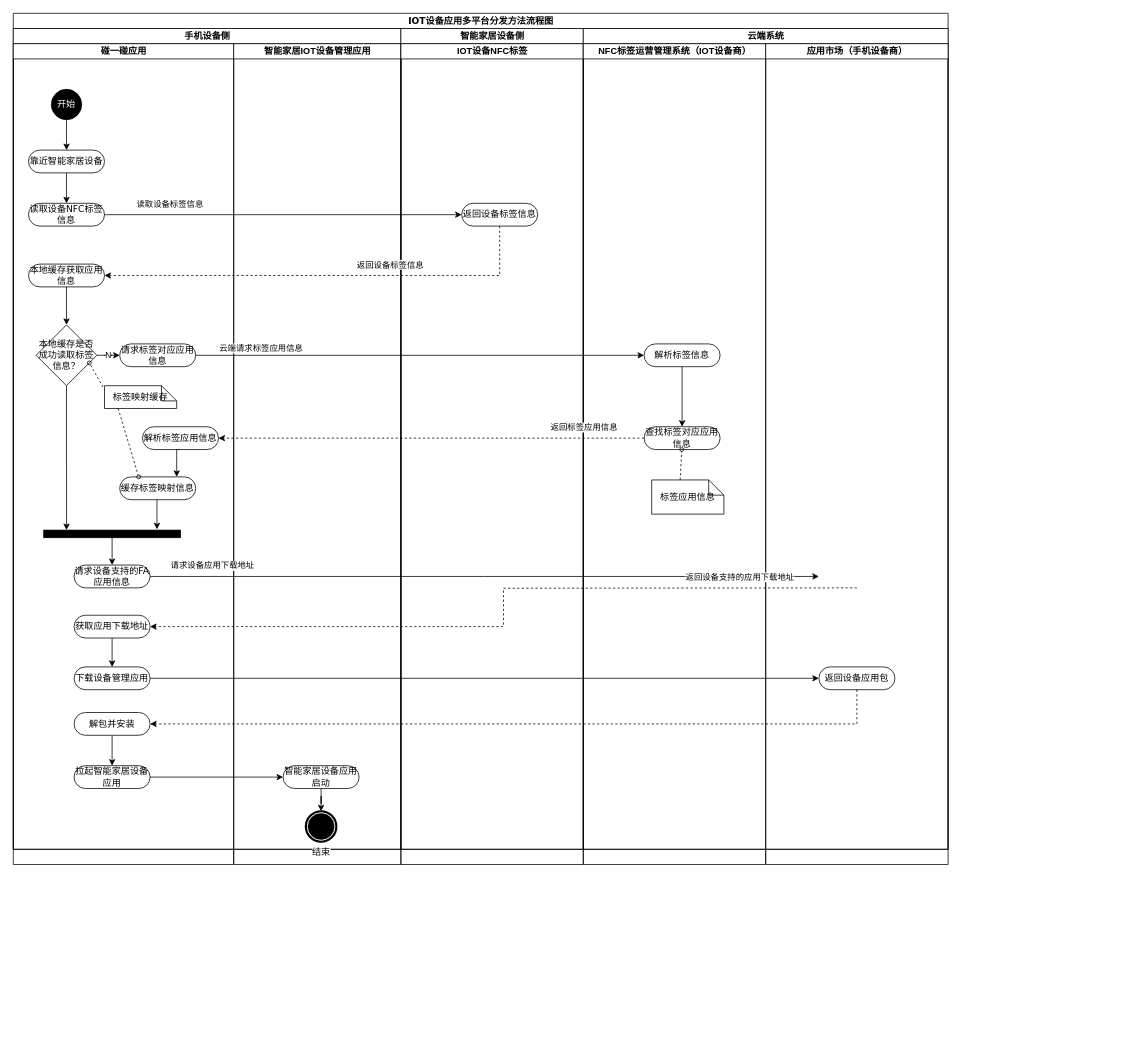
The draw.io diagram draw/一种IOT设备应用多平台的分发方法.drawio in befairyliu/draw.io, before the edit. Source tidied: cells renumbered, new cells numbered last; positions are measured from the earlier drawing's top-left corner, leaving out a move shared by most shapes. Both pictures are drawn from the tidied source at 76%, with x=0, y=0 at pixel (13, 13).
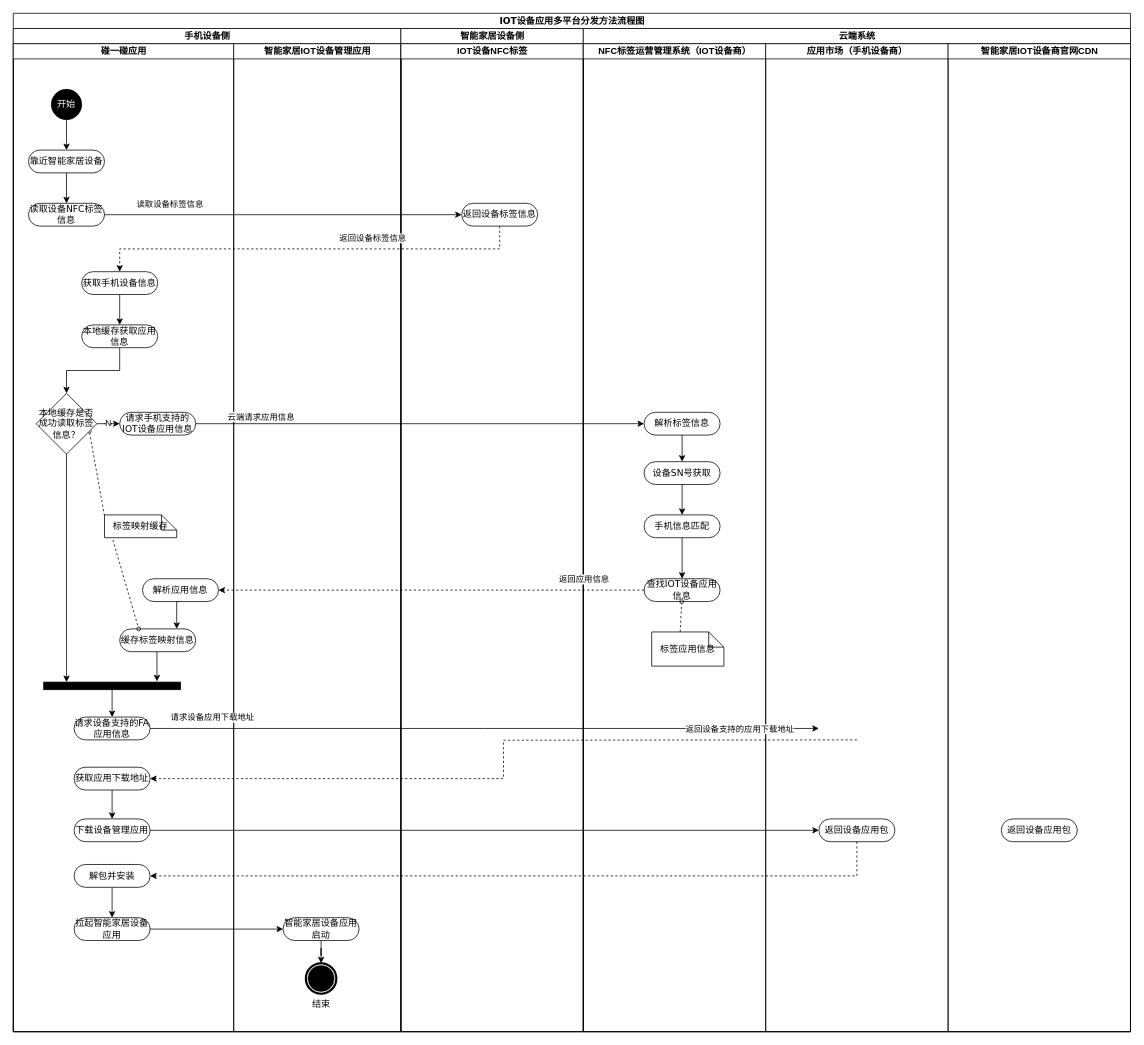
The same diagram, later.

Commit message (it also covers changes not shown here):
Update 一种IOT设备应用多平台的分发方法.drawio

Unchanged cells that the change refers to:
```xml
<mxCell id="39" value="返回设备标签信息" style="rounded=1;whiteSpace=wrap;html=1;shadow=0;comic=0;labelBackgroundColor=none;strokeWidth=1;fontFamily=Verdana;fontSize=12;align=center;arcSize=50;" parent="38" vertex="1">
  <mxGeometry x="80" y="210" width="100" height="30" as="geometry" />
</mxCell>
<mxCell id="44" style="edgeStyle=orthogonalEdgeStyle;rounded=0;jettySize=auto;html=1;exitX=1;exitY=0.5;exitDx=0;exitDy=0;entryX=0;entryY=0.5;entryDx=0;entryDy=0;" parent="2" edge="1" source="28" target="50">
  <mxGeometry relative="1" as="geometry" />
</mxCell>
<mxCell id="55" style="edgeStyle=orthogonalEdgeStyle;rounded=0;jettySize=auto;html=1;exitX=0;exitY=0.5;exitDx=0;exitDy=0;entryX=1;entryY=0.5;entryDx=0;entryDy=0;dashed=1;" parent="2" edge="1" source="48" target="31">
  <mxGeometry relative="1" as="geometry" />
</mxCell>
```

Diff of the diagram source:
```diff
@@
     <mxCell id="2" value="IOT设备应用多平台分发方法流程图" style="swimlane;html=1;startSize=20;rounded=0;shadow=0;comic=0;labelBackgroundColor=none;strokeWidth=1;fontFamily=Verdana;fontSize=12;align=center;" parent="1" vertex="1">
-      <mxGeometry width="1230" height="1100" as="geometry" />
+      <mxGeometry width="1470" height="1340" as="geometry" />
     </mxCell>
     <mxCell id="3" value="手机设备侧" style="swimlane;html=1;startSize=20;" parent="2" vertex="1">
-      <mxGeometry y="20" width="510" height="1080" as="geometry" />
+      <mxGeometry y="20" width="510" height="1320" as="geometry" />
     </mxCell>
     <mxCell id="4" value="碰一碰应用" style="swimlane;html=1;startSize=20;" parent="3" vertex="1">
-      <mxGeometry y="20" width="290" height="1080" as="geometry" />
+      <mxGeometry y="20" width="290" height="1300" as="geometry" />
     </mxCell>
@@
-    <mxCell id="6" value="N" style="edgeStyle=orthogonalEdgeStyle;rounded=0;jettySize=auto;html=1;exitX=1;exitY=0.5;exitDx=0;exitDy=0;" parent="4" edge="1" source="8" target="28">
-      <mxGeometry relative="1" as="geometry" />
-    </mxCell>
-    <mxCell id="7" style="edgeStyle=orthogonalEdgeStyle;rounded=0;jettySize=auto;html=1;entryX=0.167;entryY=0;entryDx=0;entryDy=0;entryPerimeter=0;" parent="4" edge="1" source="8" target="25">
-      <mxGeometry relative="1" as="geometry" />
-    </mxCell>
-    <mxCell id="8" value="本地缓存是否成功读取标签信息？" style="rhombus;whiteSpace=wrap;html=1;" parent="4" vertex="1">
-      <mxGeometry x="30" y="370" width="80" height="80" as="geometry" />
-    </mxCell>
@@
-    <mxCell id="13" style="edgeStyle=orthogonalEdgeStyle;rounded=0;jettySize=auto;html=1;exitX=0.5;exitY=1;exitDx=0;exitDy=0;entryX=0.5;entryY=0;entryDx=0;entryDy=0;" parent="4" edge="1" source="14" target="8">
-      <mxGeometry relative="1" as="geometry" />
-    </mxCell>
-    <mxCell id="14" value="本地缓存获取应用信息" style="rounded=1;whiteSpace=wrap;html=1;shadow=0;comic=0;labelBackgroundColor=none;strokeWidth=1;fontFamily=Verdana;fontSize=12;align=center;arcSize=50;" parent="4" vertex="1">
-      <mxGeometry x="20" y="290" width="100" height="30" as="geometry" />
-    </mxCell>
+    <mxCell id="7" style="edgeStyle=orthogonalEdgeStyle;rounded=0;jettySize=auto;html=1;entryX=0.167;entryY=0;entryDx=0;entryDy=0;entryPerimeter=0;" parent="4" edge="1" source="8" target="25">
+      <mxGeometry relative="1" as="geometry" />
+    </mxCell>
@@
     <mxCell id="16" value="请求设备支持的FA应用信息" style="rounded=1;whiteSpace=wrap;html=1;shadow=0;comic=0;labelBackgroundColor=none;strokeWidth=1;fontFamily=Verdana;fontSize=12;align=center;arcSize=50;" parent="4" vertex="1">
-      <mxGeometry x="80" y="686" width="100" height="30" as="geometry" />
+      <mxGeometry x="80" y="886" width="100" height="30" as="geometry" />
     </mxCell>
@@
     <mxCell id="18" value="获取应用下载地址" style="rounded=1;whiteSpace=wrap;html=1;shadow=0;comic=0;labelBackgroundColor=none;strokeWidth=1;fontFamily=Verdana;fontSize=12;align=center;arcSize=50;" parent="4" vertex="1">
-      <mxGeometry x="80" y="752" width="100" height="30" as="geometry" />
+      <mxGeometry x="80" y="952" width="100" height="30" as="geometry" />
     </mxCell>
     <mxCell id="19" value="下载设备管理应用" style="rounded=1;whiteSpace=wrap;html=1;shadow=0;comic=0;labelBackgroundColor=none;strokeWidth=1;fontFamily=Verdana;fontSize=12;align=center;arcSize=50;" parent="4" vertex="1">
-      <mxGeometry x="80" y="820" width="100" height="30" as="geometry" />
+      <mxGeometry x="80" y="1020" width="100" height="30" as="geometry" />
     </mxCell>
@@
     <mxCell id="21" value="解包并安装" style="rounded=1;whiteSpace=wrap;html=1;shadow=0;comic=0;labelBackgroundColor=none;strokeWidth=1;fontFamily=Verdana;fontSize=12;align=center;arcSize=50;" parent="4" vertex="1">
-      <mxGeometry x="80" y="880" width="100" height="30" as="geometry" />
+      <mxGeometry x="80" y="1080" width="100" height="30" as="geometry" />
     </mxCell>
     <mxCell id="22" value="&lt;span style=&quot;font-family: &amp;#34;helvetica&amp;#34;&quot;&gt;拉起智能家居设备应用&lt;/span&gt;" style="rounded=1;whiteSpace=wrap;html=1;shadow=0;comic=0;labelBackgroundColor=none;strokeWidth=1;fontFamily=Verdana;fontSize=12;align=center;arcSize=50;fontStyle=0;" parent="4" vertex="1">
-      <mxGeometry x="80" y="950" width="100" height="30" as="geometry" />
+      <mxGeometry x="80" y="1150" width="100" height="30" as="geometry" />
     </mxCell>
-    <mxCell id="23" value="标签映射缓存" style="shape=note;whiteSpace=wrap;html=1;rounded=0;shadow=0;comic=0;labelBackgroundColor=none;strokeWidth=1;fontFamily=Verdana;fontSize=12;align=center;size=20;" parent="4" vertex="1">
-      <mxGeometry x="120" y="450" width="95" height="30" as="geometry" />
-    </mxCell>
+    <mxCell id="63" style="edgeStyle=orthogonalEdgeStyle;rounded=0;jettySize=auto;html=1;exitX=0.5;exitY=1;exitDx=0;exitDy=0;entryX=0.5;entryY=0;entryDx=0;entryDy=0;" parent="4" edge="1" source="64" target="14">
+      <mxGeometry relative="1" as="geometry" />
+    </mxCell>
+    <mxCell id="64" value="获取手机设备信息" style="rounded=1;whiteSpace=wrap;html=1;shadow=0;comic=0;labelBackgroundColor=none;strokeWidth=1;fontFamily=Verdana;fontSize=12;align=center;arcSize=50;" parent="4" vertex="1">
+      <mxGeometry x="90" y="300" width="100" height="30" as="geometry" />
+    </mxCell>
+    <mxCell id="13" style="edgeStyle=orthogonalEdgeStyle;rounded=0;jettySize=auto;html=1;exitX=0.5;exitY=1;exitDx=0;exitDy=0;" parent="4" edge="1" source="14" target="8">
+      <mxGeometry relative="1" as="geometry" />
+    </mxCell>
+    <mxCell id="14" value="本地缓存获取应用信息" style="rounded=1;whiteSpace=wrap;html=1;shadow=0;comic=0;labelBackgroundColor=none;strokeWidth=1;fontFamily=Verdana;fontSize=12;align=center;arcSize=50;" parent="4" vertex="1">
+      <mxGeometry x="90" y="370" width="100" height="30" as="geometry" />
+    </mxCell>
@@
     <mxCell id="25" style="whiteSpace=wrap;html=1;rounded=0;shadow=0;comic=0;labelBackgroundColor=none;strokeWidth=1;fillColor=#000000;fontFamily=Verdana;fontSize=12;align=center;rotation=0;" parent="4" vertex="1">
-      <mxGeometry x="40" y="640" width="180" height="10" as="geometry" />
+      <mxGeometry x="40" y="840" width="180" height="10" as="geometry" />
     </mxCell>
@@
+    <mxCell id="23" value="标签映射缓存" style="shape=note;whiteSpace=wrap;html=1;rounded=0;shadow=0;comic=0;labelBackgroundColor=none;strokeWidth=1;fontFamily=Verdana;fontSize=12;align=center;size=20;" parent="4" vertex="1">
+      <mxGeometry x="120" y="620" width="95" height="30" as="geometry" />
+    </mxCell>
     <mxCell id="27" value="缓存标签映射信息" style="rounded=1;whiteSpace=wrap;html=1;shadow=0;comic=0;labelBackgroundColor=none;strokeWidth=1;fontFamily=Verdana;fontSize=12;align=center;arcSize=50;" parent="4" vertex="1">
-      <mxGeometry x="140" y="570" width="100" height="30" as="geometry" />
+      <mxGeometry x="140" y="770" width="100" height="30" as="geometry" />
     </mxCell>
-    <mxCell id="28" value="请求标签对应应用信息" style="rounded=1;whiteSpace=wrap;html=1;shadow=0;comic=0;labelBackgroundColor=none;strokeWidth=1;fontFamily=Verdana;fontSize=12;align=center;arcSize=50;" parent="4" vertex="1">
-      <mxGeometry x="140" y="395" width="100" height="30" as="geometry" />
-    </mxCell>
-    <mxCell id="29" style="edgeStyle=none;rounded=0;html=1;dashed=1;labelBackgroundColor=none;startArrow=none;startFill=0;startSize=5;endArrow=oval;endFill=0;endSize=5;jettySize=auto;strokeWidth=1;fontFamily=Verdana;fontSize=12;entryX=0.25;entryY=0;entryDx=0;entryDy=0;" parent="4" edge="1" target="27">
-      <mxGeometry relative="1" as="geometry">
-        <mxPoint x="138" y="480" as="sourcePoint" />
-      </mxGeometry>
+    <mxCell id="29" style="edgeStyle=none;rounded=0;html=1;dashed=1;labelBackgroundColor=none;startArrow=none;startFill=0;startSize=5;endArrow=oval;endFill=0;endSize=5;jettySize=auto;strokeWidth=1;fontFamily=Verdana;fontSize=12;entryX=0.25;entryY=0;entryDx=0;entryDy=0;exitX=0.116;exitY=1.1;exitDx=0;exitDy=0;exitPerimeter=0;" parent="4" edge="1" source="23" target="27">
+      <mxGeometry relative="1" as="geometry" />
     </mxCell>
@@
-    <mxCell id="31" value="解析标签应用信息" style="rounded=1;whiteSpace=wrap;html=1;shadow=0;comic=0;labelBackgroundColor=none;strokeWidth=1;fontFamily=Verdana;fontSize=12;align=center;arcSize=50;" parent="4" vertex="1">
-      <mxGeometry x="170" y="504" width="100" height="30" as="geometry" />
+    <mxCell id="31" value="解析应用信息" style="rounded=1;whiteSpace=wrap;html=1;shadow=0;comic=0;labelBackgroundColor=none;strokeWidth=1;fontFamily=Verdana;fontSize=12;align=center;arcSize=50;" parent="4" vertex="1">
+      <mxGeometry x="170" y="704" width="100" height="30" as="geometry" />
     </mxCell>
+    <mxCell id="6" value="N" style="edgeStyle=orthogonalEdgeStyle;rounded=0;jettySize=auto;html=1;exitX=1;exitY=0.5;exitDx=0;exitDy=0;" parent="4" edge="1" source="8" target="28">
+      <mxGeometry relative="1" as="geometry" />
+    </mxCell>
+    <mxCell id="8" value="本地缓存是否成功读取标签信息？" style="rhombus;whiteSpace=wrap;html=1;" parent="4" vertex="1">
+      <mxGeometry x="30" y="460" width="80" height="80" as="geometry" />
+    </mxCell>
+    <mxCell id="28" value="请求手机支持的IOT设备应用信息" style="rounded=1;whiteSpace=wrap;html=1;shadow=0;comic=0;labelBackgroundColor=none;strokeWidth=1;fontFamily=Verdana;fontSize=12;align=center;arcSize=50;" parent="4" vertex="1">
+      <mxGeometry x="140" y="485" width="100" height="30" as="geometry" />
+    </mxCell>
     <mxCell id="32" value="智能家居IOT设备管理应用" style="swimlane;html=1;startSize=20;" parent="3" vertex="1">
-      <mxGeometry x="290" y="20" width="220" height="1080" as="geometry" />
+      <mxGeometry x="290" y="20" width="220" height="1300" as="geometry" />
     </mxCell>
@@
     <mxCell id="34" value="&lt;span style=&quot;font-family: &amp;#34;helvetica&amp;#34;&quot;&gt;智能家居设备应用启动&lt;/span&gt;" style="rounded=1;whiteSpace=wrap;html=1;shadow=0;comic=0;labelBackgroundColor=none;strokeWidth=1;fontFamily=Verdana;fontSize=12;align=center;arcSize=50;fontStyle=0;" parent="32" vertex="1">
-      <mxGeometry x="65" y="950" width="100" height="30" as="geometry" />
+      <mxGeometry x="65" y="1150" width="100" height="30" as="geometry" />
     </mxCell>
     <mxCell id="35" value="结束" style="shape=mxgraph.bpmn.shape;html=1;verticalLabelPosition=bottom;labelBackgroundColor=#ffffff;verticalAlign=top;perimeter=ellipsePerimeter;outline=end;symbol=terminate;rounded=0;shadow=0;comic=0;strokeWidth=1;fontFamily=Verdana;fontSize=12;align=center;" parent="32" vertex="1">
-      <mxGeometry x="95" y="1010" width="40" height="40" as="geometry" />
+      <mxGeometry x="95" y="1210" width="40" height="40" as="geometry" />
     </mxCell>
@@
     <mxCell id="37" value="智能家居设备侧" style="swimlane;html=1;startSize=20;" parent="2" vertex="1">
-      <mxGeometry x="510" y="20" width="240" height="1080" as="geometry" />
+      <mxGeometry x="510" y="20" width="240" height="1320" as="geometry" />
     </mxCell>
     <mxCell id="38" value="IOT设备NFC标签" style="swimlane;html=1;startSize=20;" parent="37" vertex="1">
-      <mxGeometry y="20" width="240" height="1080" as="geometry" />
+      <mxGeometry y="20" width="240" height="1300" as="geometry" />
     </mxCell>
@@
-    <mxCell id="42" style="edgeStyle=orthogonalEdgeStyle;rounded=0;jettySize=auto;html=1;exitX=0.5;exitY=1;exitDx=0;exitDy=0;entryX=1;entryY=0.5;entryDx=0;entryDy=0;dashed=1;" parent="2" edge="1" source="39" target="14">
+    <mxCell id="42" style="edgeStyle=orthogonalEdgeStyle;rounded=0;jettySize=auto;html=1;exitX=0.5;exitY=1;exitDx=0;exitDy=0;dashed=1;entryX=0.5;entryY=0;entryDx=0;entryDy=0;" parent="2" edge="1" source="39" target="64">
       <mxGeometry relative="1" as="geometry" />
     </mxCell>
@@
-    <mxCell id="45" value="云端请求标签应用信息" style="edgeLabel;html=1;align=center;verticalAlign=middle;" parent="44" vertex="1">
+    <mxCell id="45" value="云端请求应用信息" style="edgeLabel;html=1;align=center;verticalAlign=middle;" parent="44" vertex="1">
       <mxGeometry x="-0.81" relative="1" as="geometry">
         <mxPoint x="29" y="-10" as="offset" />
       </mxGeometry>
     </mxCell>
     <mxCell id="46" value="云端系统" style="swimlane;html=1;startSize=20;" parent="2" vertex="1">
-      <mxGeometry x="750" y="20" width="480" height="1080" as="geometry" />
+      <mxGeometry x="750" y="20" width="720" height="1320" as="geometry" />
     </mxCell>
     <mxCell id="47" value="NFC标签运营管理系统（IOT设备商）" style="swimlane;html=1;startSize=20;" parent="46" vertex="1">
-      <mxGeometry y="20" width="240" height="1080" as="geometry" />
+      <mxGeometry y="20" width="240" height="1300" as="geometry" />
     </mxCell>
+    <mxCell id="65" style="edgeStyle=orthogonalEdgeStyle;rounded=0;jettySize=auto;html=1;exitX=0.5;exitY=1;exitDx=0;exitDy=0;" parent="47" edge="1" source="66" target="69">
+      <mxGeometry relative="1" as="geometry" />
+    </mxCell>
+    <mxCell id="66" value="设备SN号获取" style="rounded=1;whiteSpace=wrap;html=1;shadow=0;comic=0;labelBackgroundColor=none;strokeWidth=1;fontFamily=Verdana;fontSize=12;align=center;arcSize=50;" parent="47" vertex="1">
+      <mxGeometry x="80" y="550" width="100" height="30" as="geometry" />
+    </mxCell>
+    <mxCell id="67" style="edgeStyle=orthogonalEdgeStyle;rounded=0;jettySize=auto;html=1;exitX=0.5;exitY=1;exitDx=0;exitDy=0;entryX=0.5;entryY=0;entryDx=0;entryDy=0;" parent="47" edge="1" source="50" target="66">
+      <mxGeometry relative="1" as="geometry" />
+    </mxCell>
+    <mxCell id="50" value="解析标签信息" style="rounded=1;whiteSpace=wrap;html=1;shadow=0;comic=0;labelBackgroundColor=none;strokeWidth=1;fontFamily=Verdana;fontSize=12;align=center;arcSize=50;" parent="47" vertex="1">
+      <mxGeometry x="80" y="485" width="100" height="30" as="geometry" />
+    </mxCell>
-    <mxCell id="48" value="查找标签对应应用信息" style="rounded=1;whiteSpace=wrap;html=1;shadow=0;comic=0;labelBackgroundColor=none;strokeWidth=1;fontFamily=Verdana;fontSize=12;align=center;arcSize=50;" parent="47" vertex="1">
-      <mxGeometry x="80" y="504" width="100" height="30" as="geometry" />
+    <mxCell id="48" value="查找IOT设备应用信息" style="rounded=1;whiteSpace=wrap;html=1;shadow=0;comic=0;labelBackgroundColor=none;strokeWidth=1;fontFamily=Verdana;fontSize=12;align=center;arcSize=50;" parent="47" vertex="1">
+      <mxGeometry x="80" y="704" width="100" height="30" as="geometry" />
     </mxCell>
-    <mxCell id="49" style="edgeStyle=orthogonalEdgeStyle;rounded=0;jettySize=auto;html=1;exitX=0.5;exitY=1;exitDx=0;exitDy=0;entryX=0.5;entryY=0;entryDx=0;entryDy=0;" parent="47" edge="1" source="50" target="48">
-      <mxGeometry relative="1" as="geometry" />
-    </mxCell>
-    <mxCell id="50" value="解析标签信息" style="rounded=1;whiteSpace=wrap;html=1;shadow=0;comic=0;labelBackgroundColor=none;strokeWidth=1;fontFamily=Verdana;fontSize=12;align=center;arcSize=50;" parent="47" vertex="1">
-      <mxGeometry x="80" y="395" width="100" height="30" as="geometry" />
-    </mxCell>
     <mxCell id="51" style="edgeStyle=none;rounded=0;html=1;dashed=1;labelBackgroundColor=none;startArrow=none;startFill=0;startSize=5;endArrow=oval;endFill=0;endSize=5;jettySize=auto;strokeWidth=1;fontFamily=Verdana;fontSize=12;exitX=0;exitY=0;exitDx=37.5;exitDy=0;exitPerimeter=0;" parent="47" edge="1" source="52">
       <mxGeometry relative="1" as="geometry">
-        <mxPoint x="129.5" y="534" as="targetPoint" />
+        <mxPoint x="129.5" y="734" as="targetPoint" />
       </mxGeometry>
     </mxCell>
     <mxCell id="52" value="标签应用信息" style="shape=note;whiteSpace=wrap;html=1;rounded=0;shadow=0;comic=0;labelBackgroundColor=none;strokeWidth=1;fontFamily=Verdana;fontSize=12;align=center;size=20;" parent="47" vertex="1">
-      <mxGeometry x="90" y="574" width="95" height="45" as="geometry" />
+      <mxGeometry x="90" y="774" width="95" height="45" as="geometry" />
     </mxCell>
+    <mxCell id="68" style="edgeStyle=orthogonalEdgeStyle;rounded=0;jettySize=auto;html=1;exitX=0.5;exitY=1;exitDx=0;exitDy=0;entryX=0.5;entryY=0;entryDx=0;entryDy=0;" parent="47" edge="1" source="69" target="48">
+      <mxGeometry relative="1" as="geometry" />
+    </mxCell>
+    <mxCell id="69" value="手机信息匹配" style="rounded=1;whiteSpace=wrap;html=1;shadow=0;comic=0;labelBackgroundColor=none;strokeWidth=1;fontFamily=Verdana;fontSize=12;align=center;arcSize=50;" parent="47" vertex="1">
+      <mxGeometry x="80" y="620" width="100" height="30" as="geometry" />
+    </mxCell>
     <mxCell id="53" value="应用市场（手机设备商）" style="swimlane;html=1;startSize=20;" parent="46" vertex="1">
-      <mxGeometry x="240" y="20" width="240" height="1080" as="geometry" />
+      <mxGeometry x="240" y="20" width="240" height="1300" as="geometry" />
     </mxCell>
     <mxCell id="54" value="返回设备应用包" style="rounded=1;whiteSpace=wrap;html=1;shadow=0;comic=0;labelBackgroundColor=none;strokeWidth=1;fontFamily=Verdana;fontSize=12;align=center;arcSize=50;" parent="53" vertex="1">
-      <mxGeometry x="70" y="820" width="100" height="30" as="geometry" />
+      <mxGeometry x="70" y="1020" width="100" height="30" as="geometry" />
     </mxCell>
+    <mxCell id="70" value="智能家居IOT设备商官网CDN" style="swimlane;html=1;startSize=20;" parent="46" vertex="1">
+      <mxGeometry x="480" y="20" width="240" height="1300" as="geometry" />
+    </mxCell>
+    <mxCell id="71" value="返回设备应用包" style="rounded=1;whiteSpace=wrap;html=1;shadow=0;comic=0;labelBackgroundColor=none;strokeWidth=1;fontFamily=Verdana;fontSize=12;align=center;arcSize=50;" parent="70" vertex="1">
+      <mxGeometry x="70" y="1020" width="100" height="30" as="geometry" />
+    </mxCell>
@@
-    <mxCell id="56" value="返回标签应用信息" style="edgeLabel;html=1;align=center;verticalAlign=middle;" parent="55" vertex="1">
+    <mxCell id="56" value="返回应用信息" style="edgeLabel;html=1;align=center;verticalAlign=middle;" parent="55" vertex="1">
       <mxGeometry x="-0.2" y="2" relative="1" as="geometry">
         <mxPoint x="144" y="-17" as="offset" />
       </mxGeometry>
     </mxCell>
     <mxCell id="57" style="edgeStyle=orthogonalEdgeStyle;rounded=0;jettySize=auto;html=1;exitX=1;exitY=0.5;exitDx=0;exitDy=0;entryX=0;entryY=0.5;entryDx=0;entryDy=0;" parent="2" edge="1" source="16">
       <mxGeometry relative="1" as="geometry">
-        <mxPoint x="1060" y="741" as="targetPoint" />
+        <mxPoint x="1060" y="941" as="targetPoint" />
       </mxGeometry>
     </mxCell>
@@
     <mxCell id="59" style="edgeStyle=orthogonalEdgeStyle;rounded=0;jettySize=auto;html=1;exitX=0.5;exitY=1;exitDx=0;exitDy=0;entryX=1;entryY=0.5;entryDx=0;entryDy=0;dashed=1;" parent="2" edge="1" target="18">
       <mxGeometry relative="1" as="geometry">
-        <mxPoint x="1110" y="756" as="sourcePoint" />
+        <mxPoint x="1110" y="956" as="sourcePoint" />
       </mxGeometry>
     </mxCell>
```
